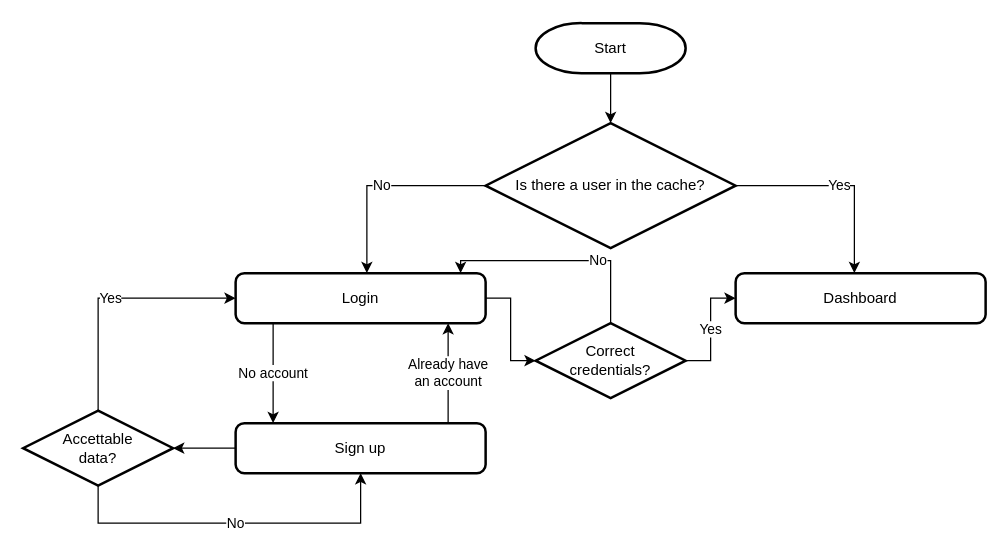
The draw.io diagram page "Entry_point" (1 of 4) of DD/images/diagrams/UX.drawio in pontig/sw-eng-2-PasiniPontiggiaStasi, before the edit. Source tidied: cells renumbered, new cells numbered last; positions are measured from the earlier drawing's top-left corner, leaving out a move shared by most shapes. Both pictures are drawn from the tidied source at 125%, with x=0, y=0 at pixel (22, 22).
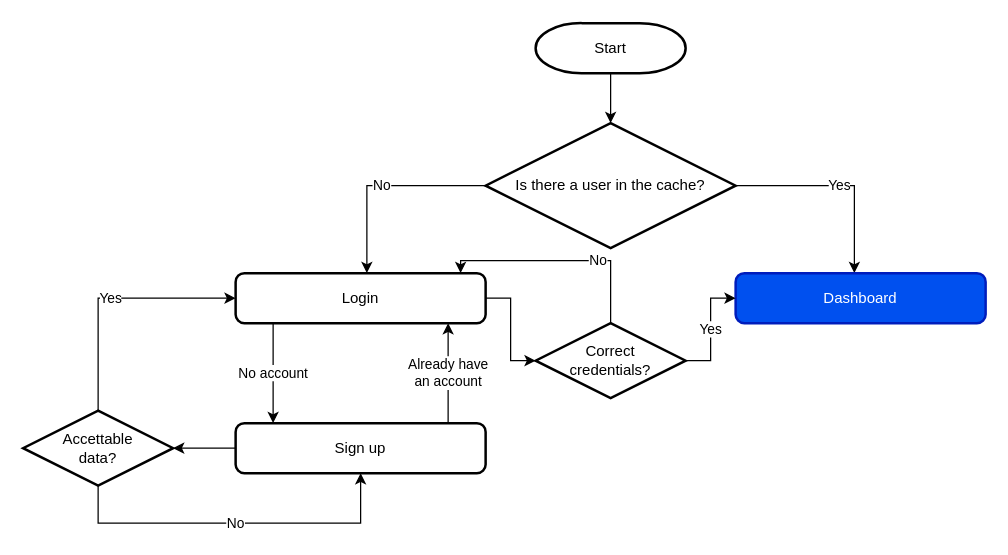
Above is the later version.

What changed in the source:
```diff
@@
-    <mxCell id="10" value="Dashboard" style="rounded=1;whiteSpace=wrap;html=1;absoluteArcSize=1;arcSize=14;strokeWidth=2;" parent="1" vertex="1">
+    <mxCell id="10" value="Dashboard" style="rounded=1;whiteSpace=wrap;html=1;absoluteArcSize=1;arcSize=14;strokeWidth=2;fillColor=#0050ef;fontColor=#ffffff;strokeColor=#001DBC;" parent="1" vertex="1">
       <mxGeometry x="570" y="200" width="200" height="40" as="geometry" />
     </mxCell>
```
